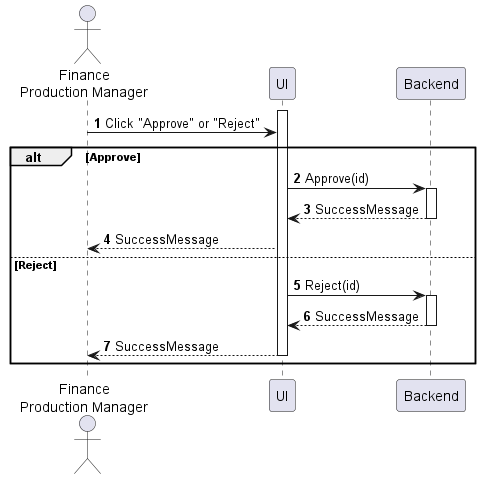
phihungha/scmss-reqs keeps this PlantUML diagram as sequences/purchase-requisition-approve.png. Above is the earlier version.
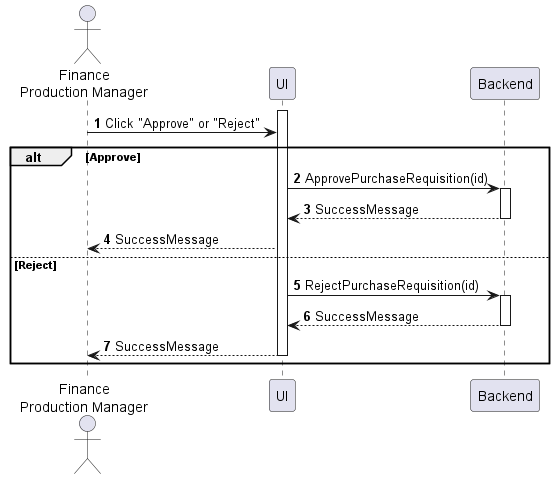
Above is the later version.

The edit, as a diff of the source:
```diff
@@ -9,13 +9,13 @@
 a -> f : Click "Approve" or "Reject"
 
 alt Approve
-    f -> b : Approve(id)
+    f -> b : ApprovePurchaseRequisition(id)
     activate b
     b --> f : SuccessMessage
     deactivate b
     f --> a : SuccessMessage
 else Reject
-    f -> b : Reject(id)
+    f -> b : RejectPurchaseRequisition(id)
     activate b
     return SuccessMessage
     f --> a : SuccessMessage
```
